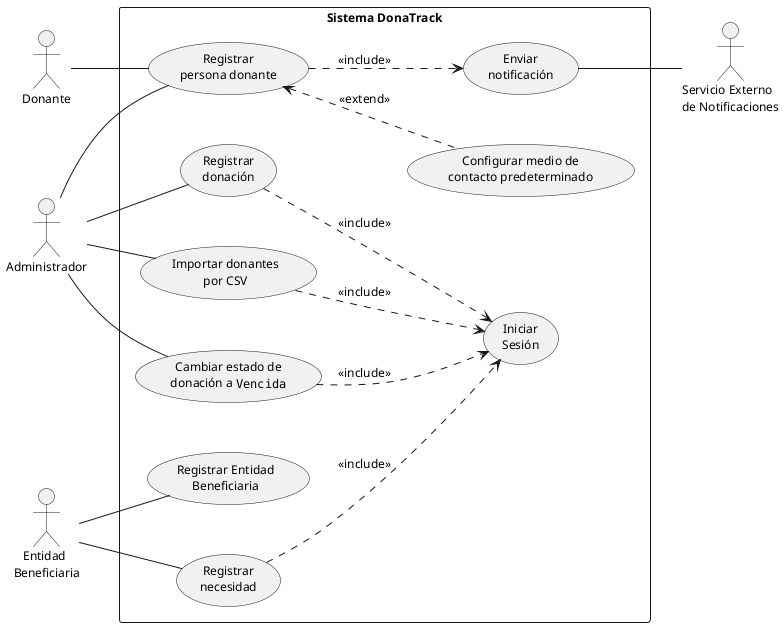
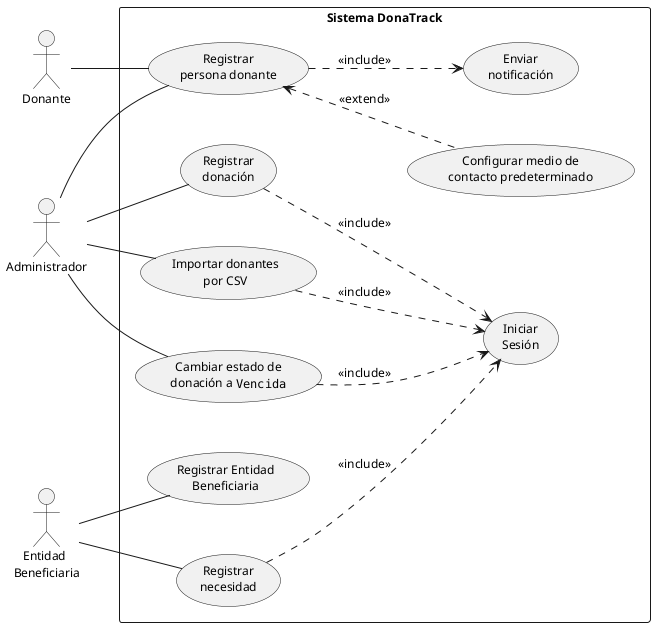
@startuml DonaTrack - Diagrama General de Casos de Uso

left to right direction
skinparam packageStyle rectangle


skinparam defaultFontSize 12
skinparam nodesep 50
skinparam ranksep 30

actor "Donante" as donante
actor "Administrador" as admin
actor "   Entidad\nBeneficiaria" as entidad
- actor "Servicio Externo\nde Notificaciones" as servicio


rectangle "Sistema DonaTrack" {
    usecase "Iniciar\nSesión"                          as UC0
    usecase "Registrar\npersona donante"                          as UC4
    usecase "Configurar medio de\ncontacto predeterminado"        as UC3

    usecase "Registrar\ndonación"                                 as UC5
    usecase "Importar donantes\npor CSV"                          as UC6


    usecase "Cambiar estado de\ndonación a ""Vencida"""           as UC9

  usecase "Registrar Entidad\nBeneficiaria" as UC10

    usecase "Registrar\nnecesidad"                                as UC12


    usecase "Enviar\nnotificación"                                as UC14

}

donante -- UC4

admin -- UC4
admin -- UC5
admin -- UC6

admin -- UC9

entidad -- UC10
entidad -- UC12

- UC14 -- servicio

UC4 <.. UC3 : <<extend>>
UC4 ..> UC14 : <<include>>


UC5 ..> UC0 : <<include>>
UC6 ..> UC0 : <<include>>
UC9 ..> UC0 : <<include>>
UC12 ..> UC0 : <<include>>

- 
- 
- 
@enduml
